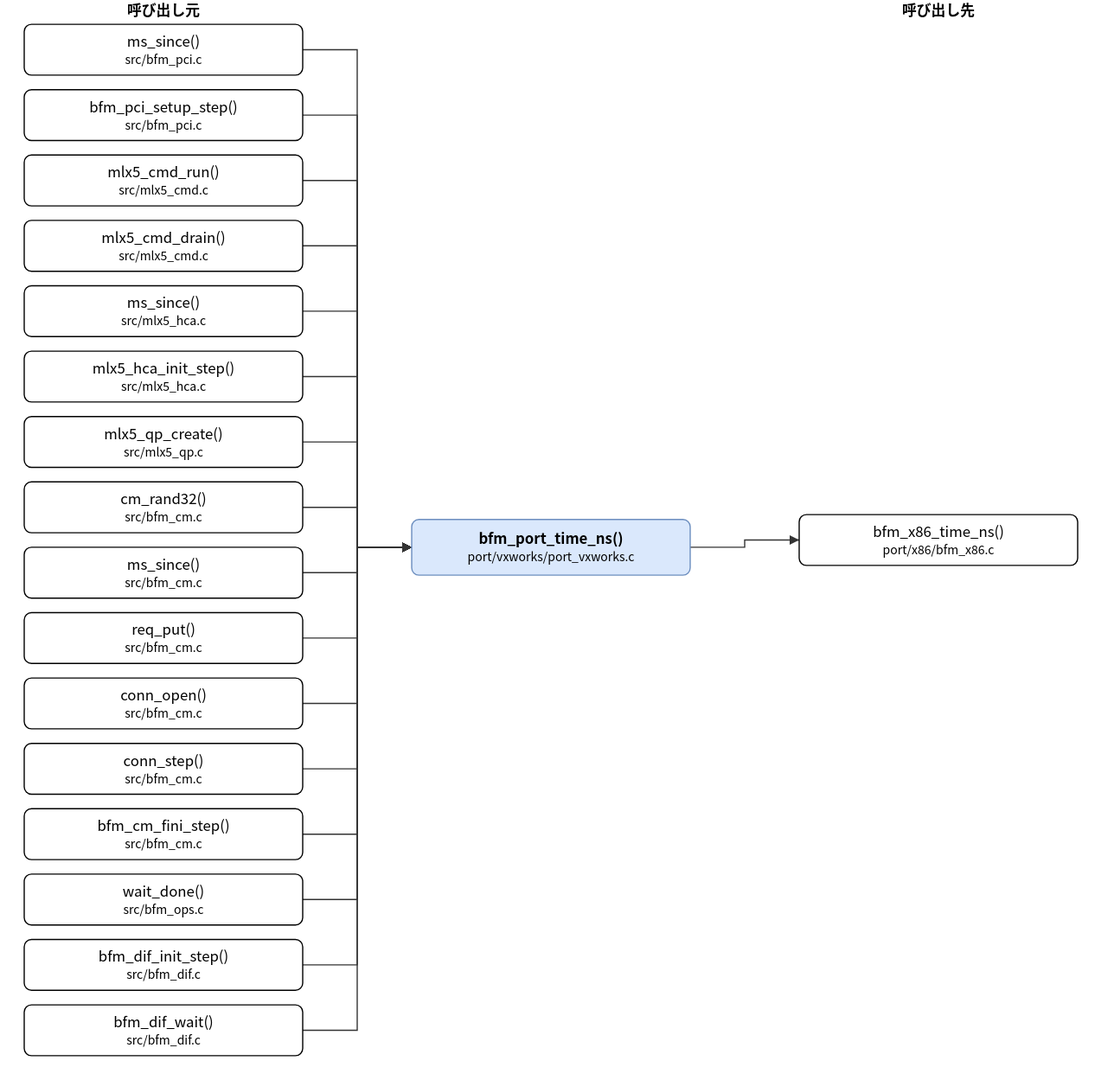
The draw.io diagram doc/spec/images/call_port_vxworks_port_vxworks-bfm_port_time_ns.drawio.svg in hf355051012-ai/bfmem, before a commit. Source tidied: cells renumbered, new cells last; positions are measured from the earlier drawing's top-left corner, leaving out a move shared by most shapes.
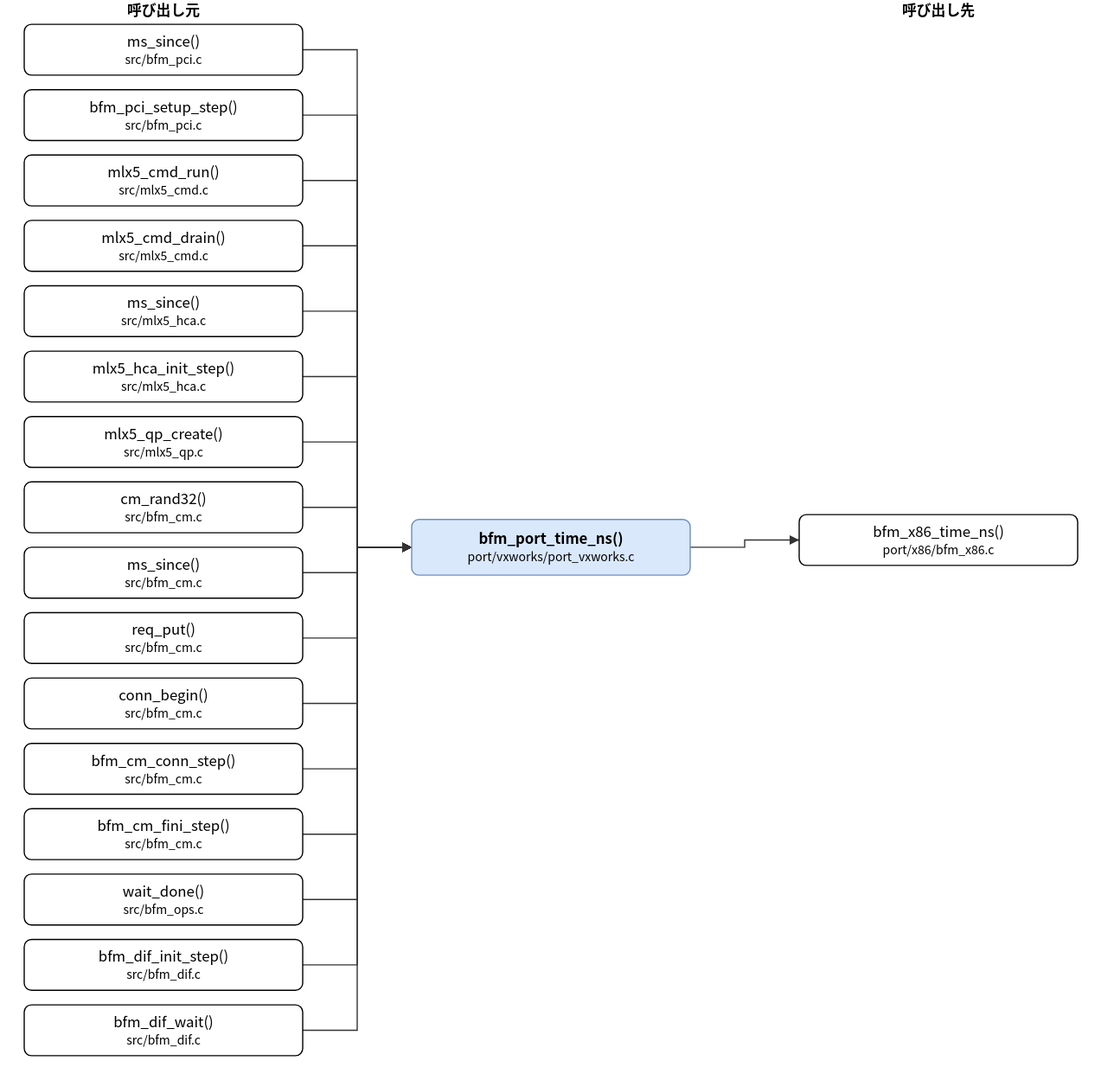
After the commit.

Diff of the diagram source:
```diff
@@ -35,10 +35,10 @@
     <mxCell id="12" value="req_put()&lt;br&gt;&lt;font style=&quot;font-size:10px&quot;&gt;src/bfm_cm.c&lt;/font&gt;" style="rounded=1;whiteSpace=wrap;html=1;" parent="1" vertex="1">
       <mxGeometry y="506" width="230" height="42" as="geometry" />
     </mxCell>
-    <mxCell id="13" value="conn_open()&lt;br&gt;&lt;font style=&quot;font-size:10px&quot;&gt;src/bfm_cm.c&lt;/font&gt;" style="rounded=1;whiteSpace=wrap;html=1;" parent="1" vertex="1">
+    <mxCell id="13" value="conn_begin()&lt;br&gt;&lt;font style=&quot;font-size:10px&quot;&gt;src/bfm_cm.c&lt;/font&gt;" style="rounded=1;whiteSpace=wrap;html=1;" parent="1" vertex="1">
       <mxGeometry y="560" width="230" height="42" as="geometry" />
     </mxCell>
-    <mxCell id="14" value="conn_step()&lt;br&gt;&lt;font style=&quot;font-size:10px&quot;&gt;src/bfm_cm.c&lt;/font&gt;" style="rounded=1;whiteSpace=wrap;html=1;" parent="1" vertex="1">
+    <mxCell id="14" value="bfm_cm_conn_step()&lt;br&gt;&lt;font style=&quot;font-size:10px&quot;&gt;src/bfm_cm.c&lt;/font&gt;" style="rounded=1;whiteSpace=wrap;html=1;" parent="1" vertex="1">
       <mxGeometry y="614" width="230" height="42" as="geometry" />
     </mxCell>
     <mxCell id="15" value="bfm_cm_fini_step()&lt;br&gt;&lt;font style=&quot;font-size:10px&quot;&gt;src/bfm_cm.c&lt;/font&gt;" style="rounded=1;whiteSpace=wrap;html=1;" parent="1" vertex="1">
```
